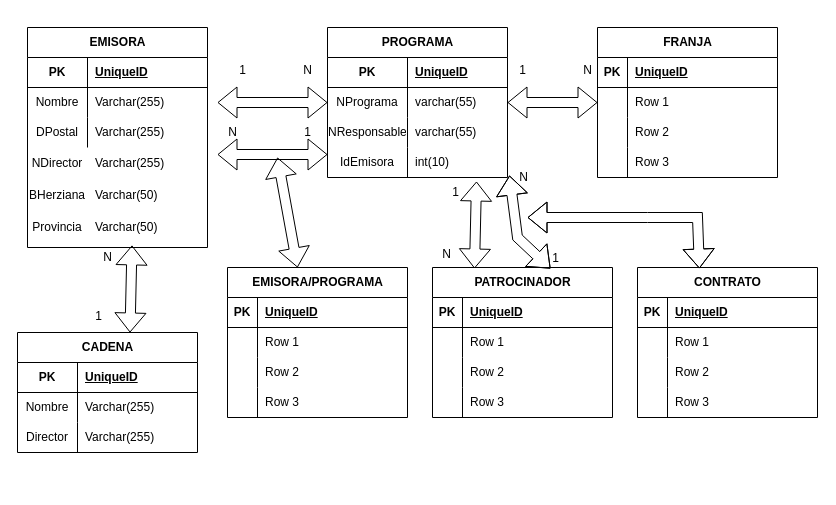
This is Diagrama sin título.drawio from desatatufuria/desatatufuria, a draw.io file, before an edit. Source tidied: cells renumbered, new cells numbered last; positions are measured from the earlier drawing's top-left corner, leaving out a move shared by most shapes. Both pictures are drawn from the tidied source at 100%, with x=0, y=0 at pixel (17, 27).
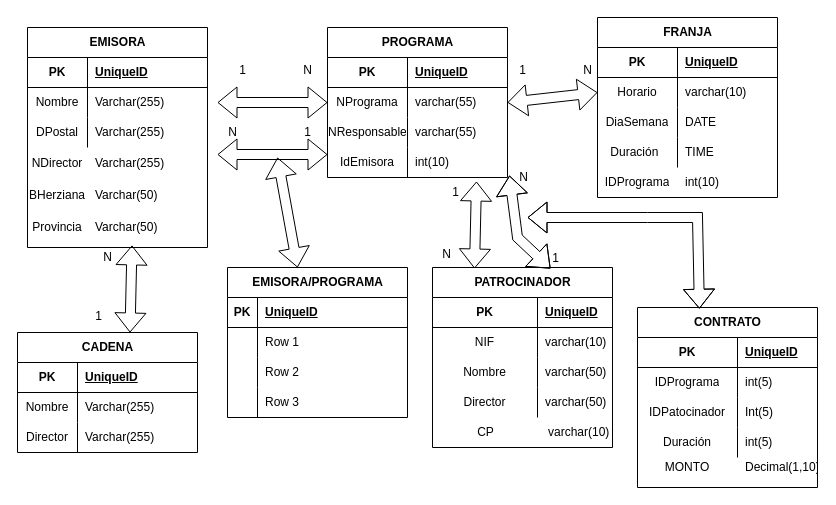
After the change.

Unchanged cells that the change refers to:
```xml
<mxCell id="16" style="shape=tableRow;horizontal=0;startSize=0;swimlaneHead=0;swimlaneBody=0;fillColor=none;top=0;left=0;right=0;bottom=1;" parent="15" vertex="1">
  <mxGeometry y="30" width="180" height="30" as="geometry" />
</mxCell>
<mxCell id="19" style="shape=tableRow;horizontal=0;startSize=0;swimlaneHead=0;swimlaneBody=0;fillColor=none;points=[[0,0.5],[1,0.5]];portConstraint=eastwest;top=0;left=0;right=0;bottom=0;" parent="15" vertex="1">
  <mxGeometry y="60" width="180" height="30" as="geometry" />
</mxCell>
<mxCell id="22" style="shape=tableRow;horizontal=0;startSize=0;swimlaneHead=0;swimlaneBody=0;fillColor=none;top=0;left=0;right=0;bottom=0;" parent="15" vertex="1">
  <mxGeometry y="90" width="180" height="30" as="geometry" />
</mxCell>
<mxCell id="25" style="shape=tableRow;horizontal=0;startSize=0;swimlaneHead=0;swimlaneBody=0;fillColor=none;top=0;left=0;right=0;bottom=0;" parent="15" vertex="1">
  <mxGeometry y="120" width="180" height="30" as="geometry" />
</mxCell>
<mxCell id="55" style="shape=tableRow;horizontal=0;startSize=0;swimlaneHead=0;swimlaneBody=0;fillColor=none;top=0;left=0;right=0;bottom=1;" parent="54" vertex="1">
  <mxGeometry y="30" width="180" height="30" as="geometry" />
</mxCell>
<mxCell id="58" style="shape=tableRow;horizontal=0;startSize=0;swimlaneHead=0;swimlaneBody=0;fillColor=none;top=0;left=0;right=0;bottom=0;" parent="54" vertex="1">
  <mxGeometry y="60" width="180" height="30" as="geometry" />
</mxCell>
<mxCell id="61" style="shape=tableRow;horizontal=0;startSize=0;swimlaneHead=0;swimlaneBody=0;fillColor=none;top=0;left=0;right=0;bottom=0;" parent="54" vertex="1">
  <mxGeometry y="90" width="180" height="30" as="geometry" />
</mxCell>
<mxCell id="64" style="shape=tableRow;horizontal=0;startSize=0;swimlaneHead=0;swimlaneBody=0;fillColor=none;top=0;left=0;right=0;bottom=0;" parent="54" vertex="1">
  <mxGeometry y="120" width="180" height="30" as="geometry" />
</mxCell>
<mxCell id="71" style="shape=tableRow;horizontal=0;startSize=0;swimlaneHead=0;swimlaneBody=0;fillColor=none;top=0;left=0;right=0;bottom=1;" parent="70" vertex="1">
  <mxGeometry y="30" width="180" height="30" as="geometry" />
</mxCell>
<mxCell id="74" style="shape=tableRow;horizontal=0;startSize=0;swimlaneHead=0;swimlaneBody=0;fillColor=none;top=0;left=0;right=0;bottom=0;" parent="70" vertex="1">
  <mxGeometry y="60" width="180" height="30" as="geometry" />
</mxCell>
<mxCell id="77" style="shape=tableRow;horizontal=0;startSize=0;swimlaneHead=0;swimlaneBody=0;fillColor=none;top=0;left=0;right=0;bottom=0;" parent="70" vertex="1">
  <mxGeometry y="90" width="180" height="30" as="geometry" />
</mxCell>
<mxCell id="80" style="shape=tableRow;horizontal=0;startSize=0;swimlaneHead=0;swimlaneBody=0;fillColor=none;top=0;left=0;right=0;bottom=0;" parent="70" vertex="1">
  <mxGeometry y="120" width="180" height="30" as="geometry" />
</mxCell>
```

Change to the diagram source:
```diff
@@
     <mxCell id="15" value="FRANJA" style="shape=table;startSize=30;childLayout=tableLayout;rowLines=0;fontStyle=1;align=center;html=1;" parent="1" vertex="1">
-      <mxGeometry x="580" width="180" height="150" as="geometry" />
+      <mxGeometry x="580" y="-10" width="180" height="180" as="geometry" />
     </mxCell>
@@
     <mxCell id="17" value="PK" style="shape=partialRectangle;fillColor=none;top=0;left=0;bottom=0;right=0;fontStyle=1;overflow=hidden;whiteSpace=wrap;html=1;" parent="16" vertex="1">
-      <mxGeometry width="30" height="30" as="geometry" />
+      <mxGeometry width="80" height="30" as="geometry" />
     </mxCell>
     <mxCell id="18" value="UniqueID" style="shape=partialRectangle;fillColor=none;top=0;left=0;bottom=0;right=0;align=left;spacingLeft=6;fontStyle=5;overflow=hidden;whiteSpace=wrap;html=1;" parent="16" vertex="1">
-      <mxGeometry x="30" width="150" height="30" as="geometry" />
+      <mxGeometry x="80" width="100" height="30" as="geometry" />
     </mxCell>
@@
-    <mxCell id="20" style="shape=partialRectangle;fillColor=none;top=0;left=0;bottom=0;right=0;overflow=hidden;whiteSpace=wrap;html=1;" parent="19" vertex="1">
-      <mxGeometry width="30" height="30" as="geometry" />
+    <mxCell id="20" value="Horario" style="shape=partialRectangle;fillColor=none;top=0;left=0;bottom=0;right=0;overflow=hidden;whiteSpace=wrap;html=1;" parent="19" vertex="1">
+      <mxGeometry width="80" height="30" as="geometry" />
     </mxCell>
-    <mxCell id="21" value="Row 1" style="shape=partialRectangle;fillColor=none;top=0;left=0;bottom=0;right=0;align=left;spacingLeft=6;overflow=hidden;whiteSpace=wrap;html=1;" parent="19" vertex="1">
-      <mxGeometry x="30" width="150" height="30" as="geometry" />
+    <mxCell id="21" value="varchar(10)" style="shape=partialRectangle;fillColor=none;top=0;left=0;bottom=0;right=0;align=left;spacingLeft=6;overflow=hidden;whiteSpace=wrap;html=1;" parent="19" vertex="1">
+      <mxGeometry x="80" width="100" height="30" as="geometry" />
     </mxCell>
@@
-    <mxCell id="23" style="shape=partialRectangle;fillColor=none;top=0;left=0;bottom=0;right=0;overflow=hidden;whiteSpace=wrap;html=1;" parent="22" vertex="1">
-      <mxGeometry width="30" height="30" as="geometry" />
+    <mxCell id="23" value="DiaSemana" style="shape=partialRectangle;fillColor=none;top=0;left=0;bottom=0;right=0;overflow=hidden;whiteSpace=wrap;html=1;" parent="22" vertex="1">
+      <mxGeometry width="80" height="30" as="geometry" />
     </mxCell>
-    <mxCell id="24" value="Row 2" style="shape=partialRectangle;fillColor=none;top=0;left=0;bottom=0;right=0;align=left;spacingLeft=6;overflow=hidden;whiteSpace=wrap;html=1;" parent="22" vertex="1">
-      <mxGeometry x="30" width="150" height="30" as="geometry" />
+    <mxCell id="24" value="DATE" style="shape=partialRectangle;fillColor=none;top=0;left=0;bottom=0;right=0;align=left;spacingLeft=6;overflow=hidden;whiteSpace=wrap;html=1;" parent="22" vertex="1">
+      <mxGeometry x="80" width="100" height="30" as="geometry" />
     </mxCell>
@@
-    <mxCell id="26" style="shape=partialRectangle;fillColor=none;top=0;left=0;bottom=0;right=0;overflow=hidden;whiteSpace=wrap;html=1;" parent="25" vertex="1">
-      <mxGeometry width="30" height="30" as="geometry" />
+    <mxCell id="26" value="Duración&lt;span style=&quot;white-space: pre;&quot;&gt;&#9;&lt;/span&gt;" style="shape=partialRectangle;fillColor=none;top=0;left=0;bottom=0;right=0;overflow=hidden;whiteSpace=wrap;html=1;" parent="25" vertex="1">
+      <mxGeometry width="80" height="30" as="geometry" />
     </mxCell>
-    <mxCell id="27" value="Row 3" style="shape=partialRectangle;fillColor=none;top=0;left=0;bottom=0;right=0;align=left;spacingLeft=6;overflow=hidden;whiteSpace=wrap;html=1;" parent="25" vertex="1">
-      <mxGeometry x="30" width="150" height="30" as="geometry" />
+    <mxCell id="27" value="TIME" style="shape=partialRectangle;fillColor=none;top=0;left=0;bottom=0;right=0;align=left;spacingLeft=6;overflow=hidden;whiteSpace=wrap;html=1;" parent="25" vertex="1">
+      <mxGeometry x="80" width="100" height="30" as="geometry" />
     </mxCell>
@@
     <mxCell id="54" value="PATROCINADOR" style="shape=table;startSize=30;childLayout=tableLayout;rowLines=0;fontStyle=1;align=center;html=1;" parent="1" vertex="1">
-      <mxGeometry x="415" y="240" width="180" height="150" as="geometry" />
+      <mxGeometry x="415" y="240" width="180" height="180" as="geometry" />
     </mxCell>
@@
     <mxCell id="56" value="PK" style="shape=partialRectangle;fillColor=none;top=0;left=0;bottom=0;right=0;fontStyle=1;overflow=hidden;whiteSpace=wrap;html=1;" parent="55" vertex="1">
-      <mxGeometry width="30" height="30" as="geometry" />
+      <mxGeometry width="105" height="30" as="geometry" />
     </mxCell>
     <mxCell id="57" value="UniqueID" style="shape=partialRectangle;fillColor=none;top=0;left=0;bottom=0;right=0;align=left;spacingLeft=6;fontStyle=5;overflow=hidden;whiteSpace=wrap;html=1;" parent="55" vertex="1">
-      <mxGeometry x="30" width="150" height="30" as="geometry" />
+      <mxGeometry x="105" width="75" height="30" as="geometry" />
     </mxCell>
@@
-    <mxCell id="59" style="shape=partialRectangle;fillColor=none;top=0;left=0;bottom=0;right=0;overflow=hidden;whiteSpace=wrap;html=1;" parent="58" vertex="1">
-      <mxGeometry width="30" height="30" as="geometry" />
+    <mxCell id="59" value="NIF" style="shape=partialRectangle;fillColor=none;top=0;left=0;bottom=0;right=0;overflow=hidden;whiteSpace=wrap;html=1;" parent="58" vertex="1">
+      <mxGeometry width="105" height="30" as="geometry" />
     </mxCell>
-    <mxCell id="60" value="Row 1" style="shape=partialRectangle;fillColor=none;top=0;left=0;bottom=0;right=0;align=left;spacingLeft=6;overflow=hidden;whiteSpace=wrap;html=1;" parent="58" vertex="1">
-      <mxGeometry x="30" width="150" height="30" as="geometry" />
+    <mxCell id="60" value="varchar(10)" style="shape=partialRectangle;fillColor=none;top=0;left=0;bottom=0;right=0;align=left;spacingLeft=6;overflow=hidden;whiteSpace=wrap;html=1;" parent="58" vertex="1">
+      <mxGeometry x="105" width="75" height="30" as="geometry" />
     </mxCell>
@@
-    <mxCell id="62" style="shape=partialRectangle;fillColor=none;top=0;left=0;bottom=0;right=0;overflow=hidden;whiteSpace=wrap;html=1;" parent="61" vertex="1">
-      <mxGeometry width="30" height="30" as="geometry" />
+    <mxCell id="62" value="Nombre" style="shape=partialRectangle;fillColor=none;top=0;left=0;bottom=0;right=0;overflow=hidden;whiteSpace=wrap;html=1;" parent="61" vertex="1">
+      <mxGeometry width="105" height="30" as="geometry" />
     </mxCell>
-    <mxCell id="63" value="Row 2" style="shape=partialRectangle;fillColor=none;top=0;left=0;bottom=0;right=0;align=left;spacingLeft=6;overflow=hidden;whiteSpace=wrap;html=1;" parent="61" vertex="1">
-      <mxGeometry x="30" width="150" height="30" as="geometry" />
+    <mxCell id="63" value="varchar(50)" style="shape=partialRectangle;fillColor=none;top=0;left=0;bottom=0;right=0;align=left;spacingLeft=6;overflow=hidden;whiteSpace=wrap;html=1;" parent="61" vertex="1">
+      <mxGeometry x="105" width="75" height="30" as="geometry" />
     </mxCell>
@@
-    <mxCell id="65" style="shape=partialRectangle;fillColor=none;top=0;left=0;bottom=0;right=0;overflow=hidden;whiteSpace=wrap;html=1;" parent="64" vertex="1">
-      <mxGeometry width="30" height="30" as="geometry" />
+    <mxCell id="65" value="Director" style="shape=partialRectangle;fillColor=none;top=0;left=0;bottom=0;right=0;overflow=hidden;whiteSpace=wrap;html=1;" parent="64" vertex="1">
+      <mxGeometry width="105" height="30" as="geometry" />
     </mxCell>
-    <mxCell id="66" value="Row 3" style="shape=partialRectangle;fillColor=none;top=0;left=0;bottom=0;right=0;align=left;spacingLeft=6;overflow=hidden;whiteSpace=wrap;html=1;" parent="64" vertex="1">
-      <mxGeometry x="30" width="150" height="30" as="geometry" />
+    <mxCell id="66" value="varchar(50)" style="shape=partialRectangle;fillColor=none;top=0;left=0;bottom=0;right=0;align=left;spacingLeft=6;overflow=hidden;whiteSpace=wrap;html=1;" parent="64" vertex="1">
+      <mxGeometry x="105" width="75" height="30" as="geometry" />
     </mxCell>
@@
     <mxCell id="70" value="CONTRATO" style="shape=table;startSize=30;childLayout=tableLayout;rowLines=0;fontStyle=1;align=center;html=1;" parent="1" vertex="1">
-      <mxGeometry x="620" y="240" width="180" height="150" as="geometry" />
+      <mxGeometry x="620" y="280" width="180" height="180" as="geometry" />
     </mxCell>
@@
     <mxCell id="72" value="PK" style="shape=partialRectangle;fillColor=none;top=0;left=0;bottom=0;right=0;fontStyle=1;overflow=hidden;whiteSpace=wrap;html=1;" parent="71" vertex="1">
-      <mxGeometry width="30" height="30" as="geometry" />
+      <mxGeometry width="100" height="30" as="geometry" />
     </mxCell>
     <mxCell id="73" value="UniqueID" style="shape=partialRectangle;fillColor=none;top=0;left=0;bottom=0;right=0;align=left;spacingLeft=6;fontStyle=5;overflow=hidden;whiteSpace=wrap;html=1;" parent="71" vertex="1">
-      <mxGeometry x="30" width="150" height="30" as="geometry" />
+      <mxGeometry x="100" width="80" height="30" as="geometry" />
     </mxCell>
@@
-    <mxCell id="75" style="shape=partialRectangle;fillColor=none;top=0;left=0;bottom=0;right=0;overflow=hidden;whiteSpace=wrap;html=1;" parent="74" vertex="1">
-      <mxGeometry width="30" height="30" as="geometry" />
+    <mxCell id="75" value="IDPrograma" style="shape=partialRectangle;fillColor=none;top=0;left=0;bottom=0;right=0;overflow=hidden;whiteSpace=wrap;html=1;" parent="74" vertex="1">
+      <mxGeometry width="100" height="30" as="geometry" />
     </mxCell>
-    <mxCell id="76" value="Row 1" style="shape=partialRectangle;fillColor=none;top=0;left=0;bottom=0;right=0;align=left;spacingLeft=6;overflow=hidden;whiteSpace=wrap;html=1;" parent="74" vertex="1">
-      <mxGeometry x="30" width="150" height="30" as="geometry" />
+    <mxCell id="76" value="int(5)" style="shape=partialRectangle;fillColor=none;top=0;left=0;bottom=0;right=0;align=left;spacingLeft=6;overflow=hidden;whiteSpace=wrap;html=1;" parent="74" vertex="1">
+      <mxGeometry x="100" width="80" height="30" as="geometry" />
     </mxCell>
@@
-    <mxCell id="78" style="shape=partialRectangle;fillColor=none;top=0;left=0;bottom=0;right=0;overflow=hidden;whiteSpace=wrap;html=1;" parent="77" vertex="1">
-      <mxGeometry width="30" height="30" as="geometry" />
+    <mxCell id="78" value="IDPatocinador" style="shape=partialRectangle;fillColor=none;top=0;left=0;bottom=0;right=0;overflow=hidden;whiteSpace=wrap;html=1;" parent="77" vertex="1">
+      <mxGeometry width="100" height="30" as="geometry" />
     </mxCell>
-    <mxCell id="79" value="Row 2" style="shape=partialRectangle;fillColor=none;top=0;left=0;bottom=0;right=0;align=left;spacingLeft=6;overflow=hidden;whiteSpace=wrap;html=1;" parent="77" vertex="1">
-      <mxGeometry x="30" width="150" height="30" as="geometry" />
+    <mxCell id="79" value="Int(5)" style="shape=partialRectangle;fillColor=none;top=0;left=0;bottom=0;right=0;align=left;spacingLeft=6;overflow=hidden;whiteSpace=wrap;html=1;" parent="77" vertex="1">
+      <mxGeometry x="100" width="80" height="30" as="geometry" />
     </mxCell>
@@
-    <mxCell id="81" style="shape=partialRectangle;fillColor=none;top=0;left=0;bottom=0;right=0;overflow=hidden;whiteSpace=wrap;html=1;" parent="80" vertex="1">
-      <mxGeometry width="30" height="30" as="geometry" />
+    <mxCell id="81" value="Duración" style="shape=partialRectangle;fillColor=none;top=0;left=0;bottom=0;right=0;overflow=hidden;whiteSpace=wrap;html=1;" parent="80" vertex="1">
+      <mxGeometry width="100" height="30" as="geometry" />
     </mxCell>
-    <mxCell id="82" value="Row 3" style="shape=partialRectangle;fillColor=none;top=0;left=0;bottom=0;right=0;align=left;spacingLeft=6;overflow=hidden;whiteSpace=wrap;html=1;" parent="80" vertex="1">
-      <mxGeometry x="30" width="150" height="30" as="geometry" />
+    <mxCell id="82" value="int(5)" style="shape=partialRectangle;fillColor=none;top=0;left=0;bottom=0;right=0;align=left;spacingLeft=6;overflow=hidden;whiteSpace=wrap;html=1;" parent="80" vertex="1">
+      <mxGeometry x="100" width="80" height="30" as="geometry" />
     </mxCell>
@@
+    <mxCell id="113" value="IDPrograma" style="shape=partialRectangle;fillColor=none;top=0;left=0;bottom=0;right=0;overflow=hidden;whiteSpace=wrap;html=1;" parent="1" vertex="1">
+      <mxGeometry x="580" y="140" width="80" height="30" as="geometry" />
+    </mxCell>
+    <mxCell id="114" value="int(10)" style="shape=partialRectangle;fillColor=none;top=0;left=0;bottom=0;right=0;align=left;spacingLeft=6;overflow=hidden;whiteSpace=wrap;html=1;" parent="1" vertex="1">
+      <mxGeometry x="660" y="140" width="100" height="30" as="geometry" />
+    </mxCell>
+    <mxCell id="115" value="MONTO" style="shape=partialRectangle;fillColor=none;top=0;left=0;bottom=0;right=0;overflow=hidden;whiteSpace=wrap;html=1;" parent="1" vertex="1">
+      <mxGeometry x="620" y="425" width="100" height="30" as="geometry" />
+    </mxCell>
+    <mxCell id="116" value="Decimal(1,10)" style="shape=partialRectangle;fillColor=none;top=0;left=0;bottom=0;right=0;align=left;spacingLeft=6;overflow=hidden;whiteSpace=wrap;html=1;" parent="1" vertex="1">
+      <mxGeometry x="720" y="425" width="80" height="30" as="geometry" />
+    </mxCell>
+    <mxCell id="117" value="CP" style="shape=partialRectangle;fillColor=none;top=0;left=0;bottom=0;right=0;overflow=hidden;whiteSpace=wrap;html=1;" parent="1" vertex="1">
+      <mxGeometry x="416" y="390" width="105" height="30" as="geometry" />
+    </mxCell>
+    <mxCell id="118" value="varchar(10)" style="shape=partialRectangle;fillColor=none;top=0;left=0;bottom=0;right=0;align=left;spacingLeft=6;overflow=hidden;whiteSpace=wrap;html=1;" parent="1" vertex="1">
+      <mxGeometry x="523" y="390" width="75" height="30" as="geometry" />
+    </mxCell>
```
